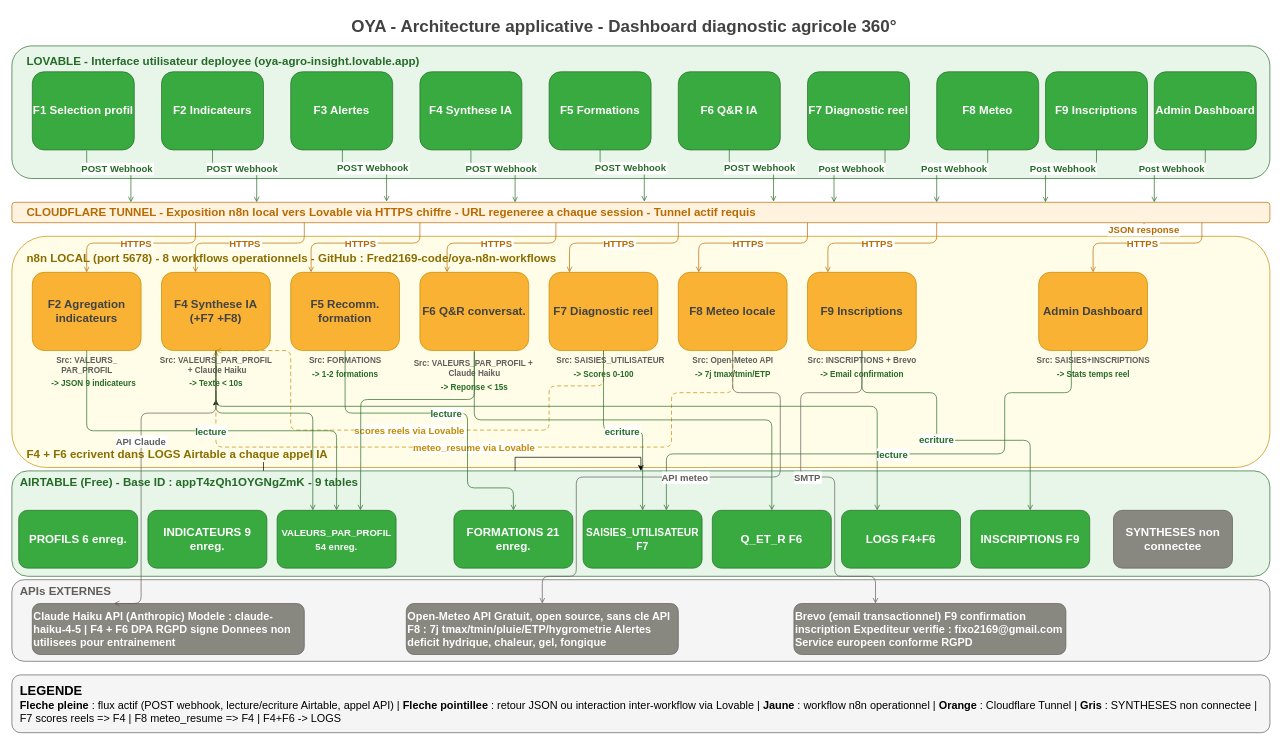
The draw.io diagram OYA_architecture_applicative.drawio in Fred2169-code/oya-documentation, before the edit. Source tidied: cells renumbered, new cells numbered last; positions are measured from the earlier drawing's top-left corner, leaving out a move shared by most shapes. Both pictures are drawn from the tidied source at 68%, with x=0, y=0 at pixel (12, 12).
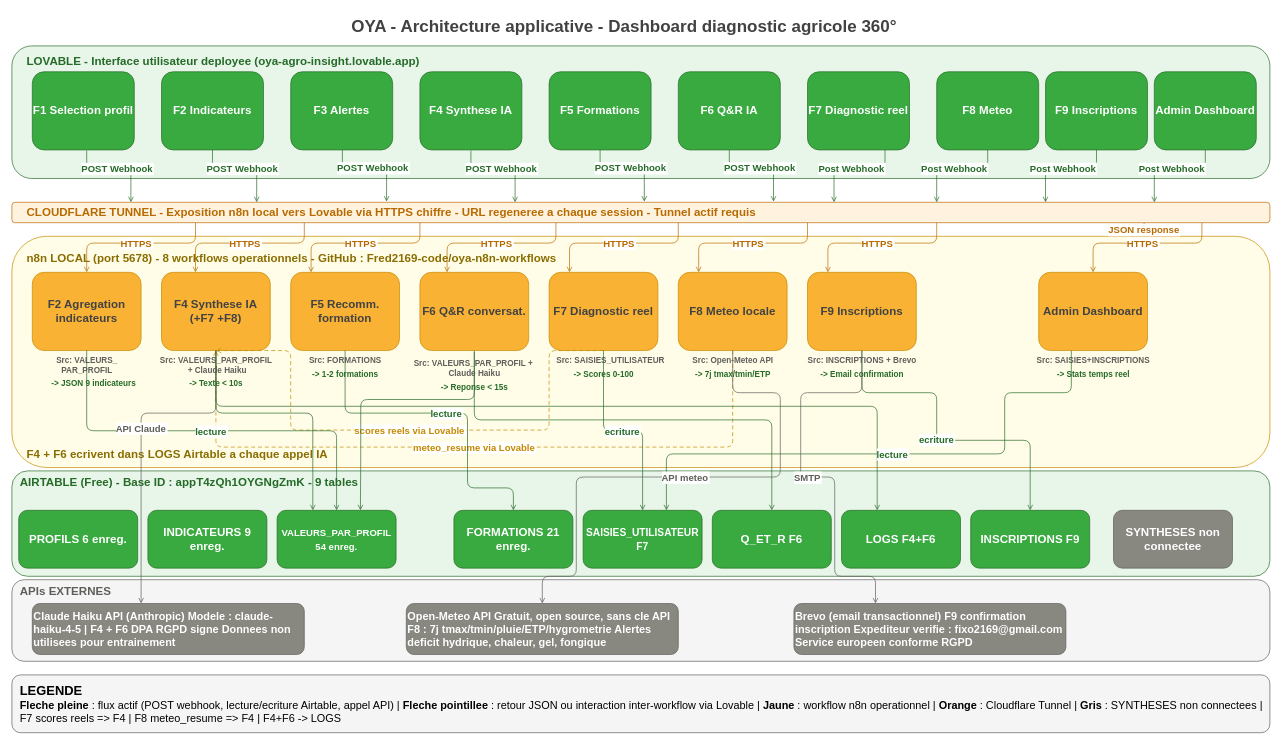
After the change.

The change refers to these unchanged cells:
```xml
<mxCell id="67" value="F4 Synthese IA (+F7 +F8)" style="rounded=1;whiteSpace=wrap;html=1;fillColor=#F9B233;strokeColor=#C48A00;fontColor=#424242;fontSize=17;fontStyle=1;" parent="1" vertex="1">
  <mxGeometry x="220" y="383" width="160" height="115" as="geometry" />
</mxCell>
<mxCell id="70" value="-&amp;gt; Texte &amp;lt; 10s" style="text;html=1;strokeColor=none;fillColor=none;align=center;verticalAlign=middle;fontSize=12;fontColor=#256B28;fontStyle=1;" parent="1" vertex="1">
  <mxGeometry x="220" y="537" width="160" height="20" as="geometry" />
</mxCell>
<mxCell id="92" value="F4 + F6 ecrivent dans LOGS Airtable a chaque appel IA" style="text;html=1;strokeColor=none;fillColor=none;align=left;verticalAlign=middle;fontSize=17;fontColor=#8a6d00;fontStyle=1;" parent="1" vertex="1">
  <mxGeometry x="20" y="640" width="700" height="22" as="geometry" />
</mxCell>
<mxCell id="93" style="rounded=1;whiteSpace=wrap;html=1;fillColor=#E8F5E9;strokeColor=#256B28;fontColor=#424242;fontSize=11;" parent="1" vertex="1">
  <mxGeometry y="675" width="1850" height="155" as="geometry" />
</mxCell>
<mxCell id="106" value="Claude Haiku API (Anthropic) Modele : claude-haiku-4-5 | F4 + F6 DPA RGPD signe Donnees non utilisees pour entrainement" style="rounded=1;whiteSpace=wrap;html=1;fillColor=#888780;strokeColor=#5F5E5A;fontColor=#FFFFFF;fontSize=16;fontStyle=1;align=left;" parent="1" vertex="1">
  <mxGeometry x="30" y="870" width="400" height="75" as="geometry" />
</mxCell>
```

Diff of the diagram source:
```diff
@@
-    <mxCell id="69" style="edgeStyle=orthogonalEdgeStyle;rounded=0;jettySize=auto;html=1;" parent="1" edge="1" source="70">
-      <mxGeometry relative="1" as="geometry">
-        <mxPoint x="300" y="570" as="targetPoint" />
-      </mxGeometry>
-    </mxCell>
@@
     <mxCell id="89" value="scores reels via Lovable" style="edgeStyle=orthogonalEdgeStyle;dashed=1;dashPattern=6 4;endArrow=open;endFill=0;strokeColor=#C48A00;fontColor=#C48A00;fontSize=14;labelBackgroundColor=#FFFFFF;fontStyle=1;" parent="1" edge="1">
       <mxGeometry relative="1" as="geometry">
         <mxPoint x="870" y="498" as="sourcePoint" />
         <mxPoint x="300" y="498" as="targetPoint" />
         <Array as="points">
-          <mxPoint x="870" y="550" />
-          <mxPoint x="790" y="550" />
+          <mxPoint x="790" y="498" />
           <mxPoint x="790" y="615" />
           <mxPoint x="410" y="615" />
           <mxPoint x="410" y="498" />
         </Array>
       </mxGeometry>
     </mxCell>
     <mxCell id="90" value="meteo_resume via Lovable" style="edgeStyle=orthogonalEdgeStyle;dashed=1;dashPattern=6 4;endArrow=open;endFill=0;strokeColor=#C48A00;fontColor=#C48A00;fontSize=14;labelBackgroundColor=#FFFFFF;fontStyle=1;" parent="1" edge="1">
       <mxGeometry relative="1" as="geometry">
         <mxPoint x="1060" y="498" as="sourcePoint" />
         <mxPoint x="300" y="498" as="targetPoint" />
         <Array as="points">
-          <mxPoint x="1060" y="560" />
-          <mxPoint x="970" y="560" />
-          <mxPoint x="970" y="640" />
+          <mxPoint x="1060" y="640" />
           <mxPoint x="300" y="640" />
         </Array>
       </mxGeometry>
     </mxCell>
-    <mxCell id="91" style="edgeStyle=orthogonalEdgeStyle;rounded=0;jettySize=auto;html=1;" parent="1" edge="1" source="92" target="93">
-      <mxGeometry relative="1" as="geometry" />
-    </mxCell>
@@
-    <mxCell id="121" value="API Claude" style="edgeStyle=orthogonalEdgeStyle;endArrow=open;endFill=0;strokeColor=#5F5E5A;fontColor=#5F5E5A;fontSize=14;labelBackgroundColor=#FFFFFF;exitX=0.5;exitY=1;exitDx=0;exitDy=0;entryX=0.3;entryY=0;entryDx=0;entryDy=0;fontStyle=1;" parent="1" edge="1" source="67" target="106">
+    <mxCell id="121" value="API Claude" style="edgeStyle=orthogonalEdgeStyle;endArrow=open;endFill=0;strokeColor=#5F5E5A;fontColor=#5F5E5A;fontSize=14;labelBackgroundColor=#FFFFFF;exitX=0.5;exitY=1;exitDx=0;exitDy=0;fontStyle=1;" parent="1" edge="1" source="67">
       <mxGeometry x="-0.07" relative="1" as="geometry">
+        <mxPoint x="190" y="870" as="targetPoint" />
         <Array as="points">
           <mxPoint x="300" y="590" />
           <mxPoint x="190" y="590" />
           <mxPoint x="190" y="870" />
         </Array>
       </mxGeometry>
     </mxCell>
@@
-    <mxCell id="125" value="&lt;div&gt;&lt;font style=&quot;font-size: 19px;&quot;&gt;&lt;b&gt;LEGENDE&lt;/b&gt;&lt;/font&gt;&lt;/div&gt;&lt;div&gt;&lt;font style=&quot;font-size: 16px;&quot;&gt;&lt;b&gt;Fleche pleine&lt;/b&gt; : flux actif (POST webhook, lecture/ecriture Airtable, appel API) | &lt;b&gt;Fleche pointillee&lt;/b&gt; : retour JSON ou interaction inter-workflow via Lovable | &lt;b&gt;Jaune &lt;/b&gt;: workflow n8n operationnel |&amp;nbsp;&lt;b&gt;&lt;/b&gt;&lt;/font&gt;&lt;font style=&quot;font-size: 16px;&quot;&gt;&lt;b&gt;Orange &lt;/b&gt;: Cloudflare Tunnel |&amp;nbsp;&lt;/font&gt;&lt;font style=&quot;font-size: 16px;&quot;&gt;&lt;b&gt;Gris &lt;/b&gt;: SYNTHESES non connectee | F7 scores reels =&amp;gt; F4 | F8 meteo_resume =&amp;gt; F4 | F4+F6 -&amp;gt; LOGS&lt;/font&gt;&lt;/div&gt;" style="text;html=1;strokeColor=#5F5E5A;fillColor=#F5F5F5;align=left;verticalAlign=middle;whiteSpace=wrap;rounded=1;fontSize=11;spacingLeft=10;" parent="1" vertex="1">
+    <mxCell id="125" value="&lt;div&gt;&lt;font style=&quot;font-size: 19px;&quot;&gt;&lt;b&gt;LEGENDE&lt;/b&gt;&lt;/font&gt;&lt;/div&gt;&lt;div&gt;&lt;font style=&quot;font-size: 16px;&quot;&gt;&lt;b&gt;Fleche pleine&lt;/b&gt; : flux actif (POST webhook, lecture/ecriture Airtable, appel API) | &lt;b&gt;Fleche pointillee&lt;/b&gt; : retour JSON ou interaction inter-workflow via Lovable | &lt;b&gt;Jaune &lt;/b&gt;: workflow n8n operationnel |&amp;nbsp;&lt;b&gt;&lt;/b&gt;&lt;/font&gt;&lt;font style=&quot;font-size: 16px;&quot;&gt;&lt;b&gt;Orange &lt;/b&gt;: Cloudflare Tunnel |&amp;nbsp;&lt;/font&gt;&lt;font style=&quot;font-size: 16px;&quot;&gt;&lt;b&gt;Gris &lt;/b&gt;: SYNTHESES non connectees | F7 scores reels =&amp;gt; F4 | F8 meteo_resume =&amp;gt; F4 | F4+F6 -&amp;gt; LOGS&lt;/font&gt;&lt;/div&gt;" style="text;html=1;strokeColor=#5F5E5A;fillColor=#F5F5F5;align=left;verticalAlign=middle;whiteSpace=wrap;rounded=1;fontSize=11;spacingLeft=10;" parent="1" vertex="1">
       <mxGeometry y="975" width="1850" height="85" as="geometry" />
     </mxCell>
```
